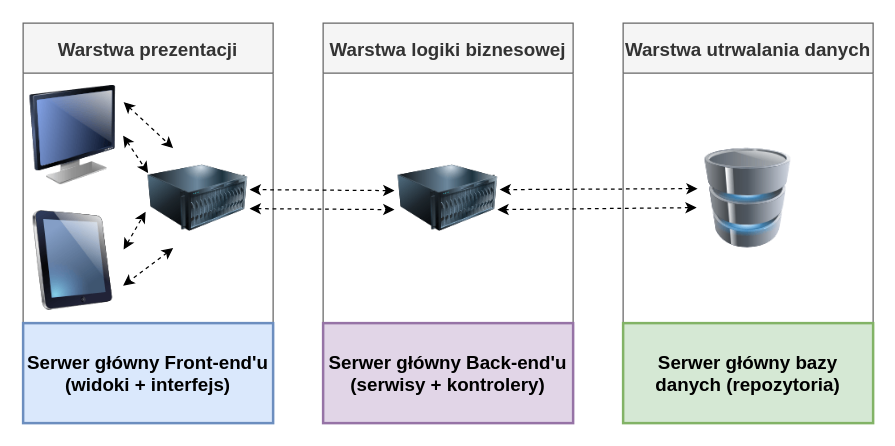
Above: Three-tiered-architecture.drawio in pabloducato/draw.io (draw.io), before the change. Source tidied: cells renumbered, new cells numbered last; positions are measured from the earlier drawing's top-left corner, leaving out a move shared by most shapes. Both pictures are drawn from the tidied source at 125%, with x=0, y=0 at pixel (22, 22).
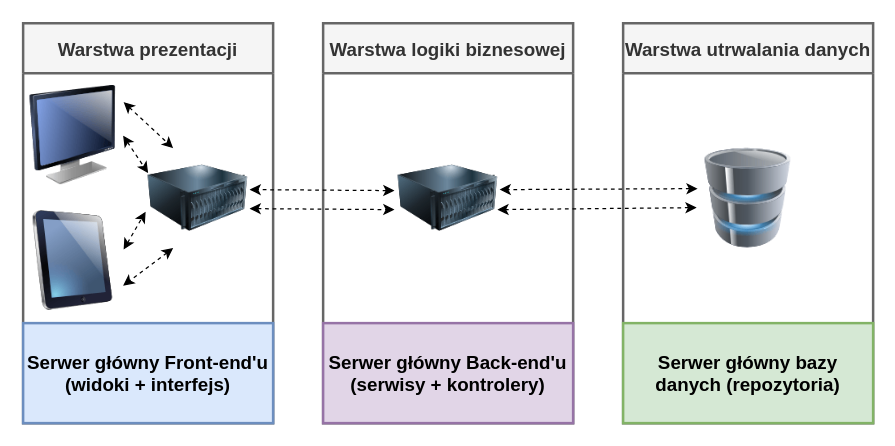
The same page after the edit.

Change to the diagram source:
```diff
@@
-    <mxCell id="2" value="Warstwa prezentacji" style="swimlane;startSize=40;fontSize=15;strokeWidth=1;fillColor=#f5f5f5;strokeColor=#666666;fontColor=#333333;" parent="1" vertex="1">
+    <mxCell id="2" value="Warstwa prezentacji" style="swimlane;startSize=40;fontSize=15;strokeWidth=2;fillColor=#f5f5f5;strokeColor=#666666;fontColor=#333333;" parent="1" vertex="1">
       <mxGeometry width="200" height="320" as="geometry" />
     </mxCell>
@@
-    <mxCell id="11" value="Warstwa logiki biznesowej" style="swimlane;startSize=40;fontSize=15;fillColor=#f5f5f5;strokeColor=#666666;fontColor=#333333;" parent="1" vertex="1">
+    <mxCell id="11" value="Warstwa logiki biznesowej" style="swimlane;startSize=40;fontSize=15;fillColor=#f5f5f5;strokeColor=#666666;fontColor=#333333;strokeWidth=2;" parent="1" vertex="1">
       <mxGeometry x="240" width="200" height="320" as="geometry" />
     </mxCell>
@@
-    <mxCell id="14" value="Warstwa utrwalania danych" style="swimlane;startSize=40;fontSize=15;fillColor=#f5f5f5;strokeColor=#666666;fontColor=#333333;" parent="1" vertex="1">
+    <mxCell id="14" value="Warstwa utrwalania danych" style="swimlane;startSize=40;fontSize=15;fillColor=#f5f5f5;strokeColor=#666666;fontColor=#333333;strokeWidth=2;" parent="1" vertex="1">
       <mxGeometry x="480" width="200" height="320" as="geometry" />
     </mxCell>
```
